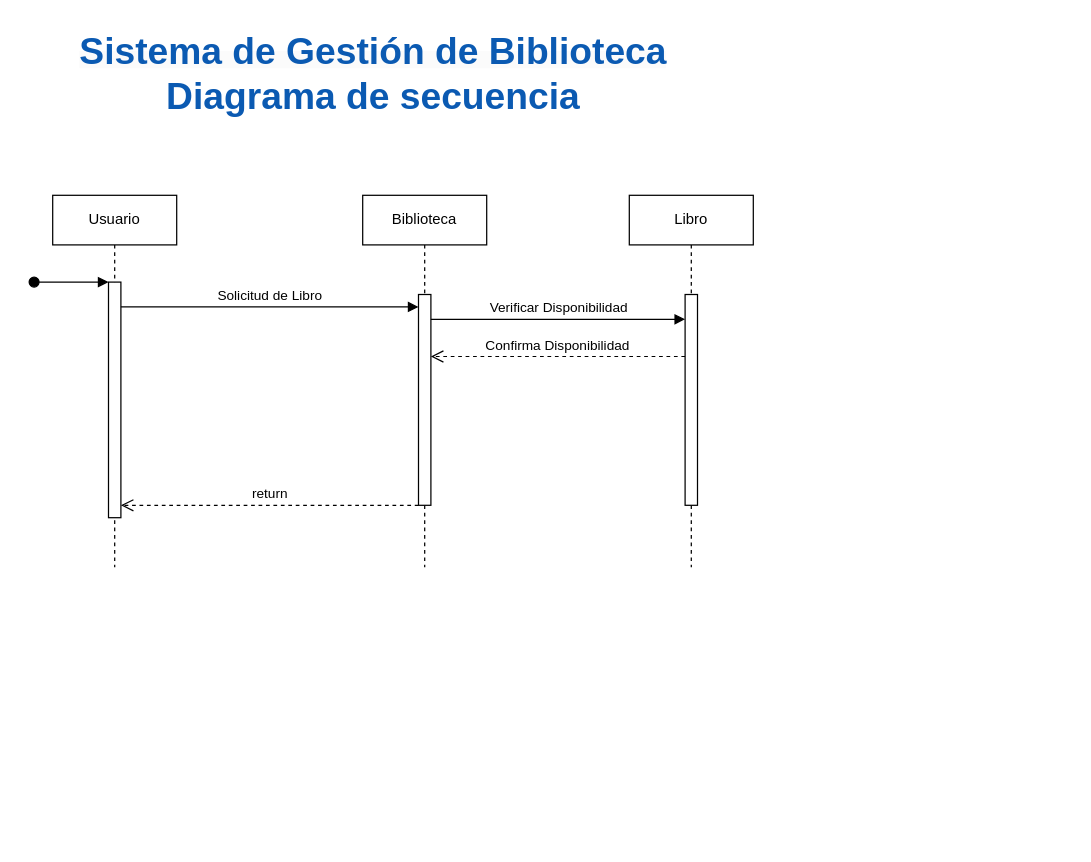
This is page "Secuencia" (2 of 3) of Biblioteca.drawio from jeacevedo92/Diagramas-Arquitectura, a draw.io file, before an edit. Source tidied: cells renumbered, new cells numbered last; positions are measured from the earlier drawing's top-left corner, leaving out a move shared by most shapes. Both pictures are drawn from the tidied source at 124%, with x=0, y=0 at pixel (33, 21).
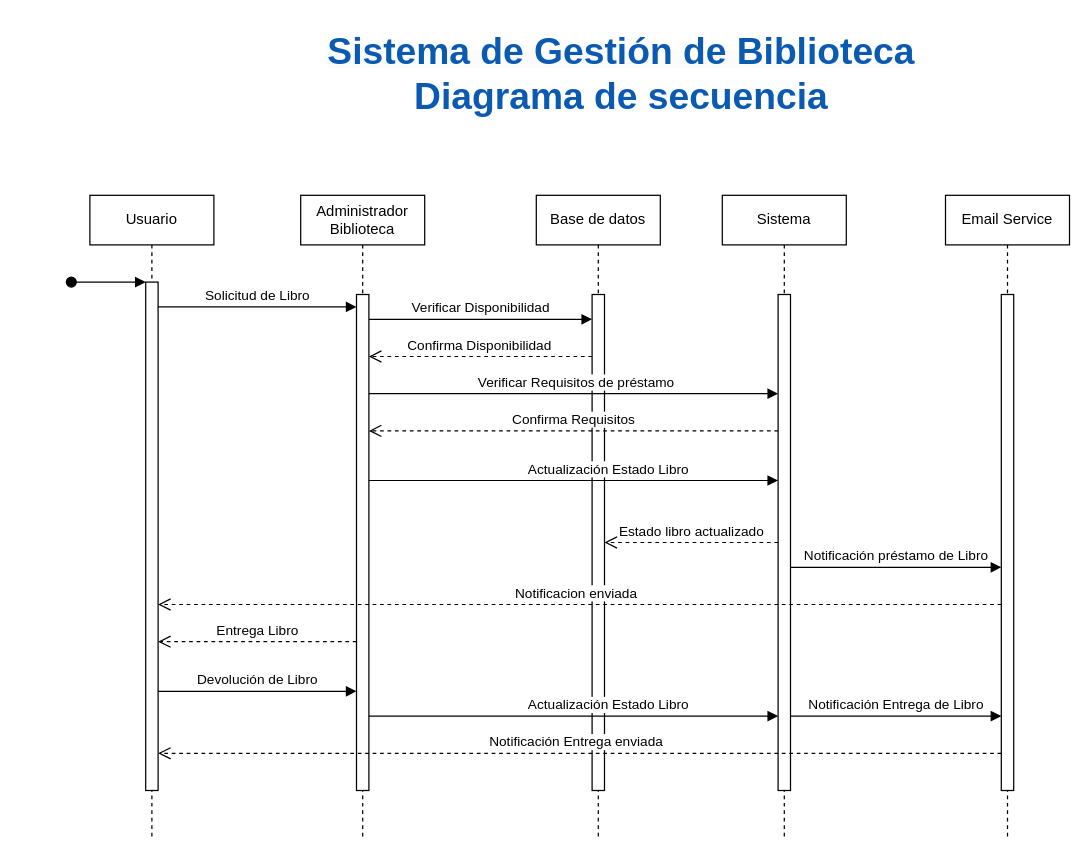
Above is the later version.

Commit message:
Diagrama de secuencia - biblioteca.drawio

Change to the diagram source:
```diff
@@
     <mxCell id="2" value="Usuario" style="shape=umlLifeline;perimeter=lifelinePerimeter;whiteSpace=wrap;html=1;newEdgeStyle={&quot;edgeStyle&quot;:&quot;elbowEdgeStyle&quot;,&quot;elbow&quot;:&quot;vertical&quot;,&quot;curved&quot;:0,&quot;rounded&quot;:0};" parent="1" vertex="1">
-      <mxGeometry x="15" y="140" width="100" height="300" as="geometry" />
+      <mxGeometry x="45" y="140" width="100" height="520" as="geometry" />
     </mxCell>
     <mxCell id="3" style="html=1;points=[];perimeter=orthogonalPerimeter;outlineConnect=0;targetShapes=umlLifeline;portConstraint=eastwest;newEdgeStyle={&quot;edgeStyle&quot;:&quot;elbowEdgeStyle&quot;,&quot;elbow&quot;:&quot;vertical&quot;,&quot;curved&quot;:0,&quot;rounded&quot;:0};" parent="2" vertex="1">
-      <mxGeometry x="45" y="70" width="10" height="190" as="geometry" />
+      <mxGeometry x="45" y="70" width="10" height="410" as="geometry" />
     </mxCell>
@@
-    <mxCell id="5" value="Biblioteca" style="shape=umlLifeline;perimeter=lifelinePerimeter;whiteSpace=wrap;html=1;newEdgeStyle={&quot;edgeStyle&quot;:&quot;elbowEdgeStyle&quot;,&quot;elbow&quot;:&quot;vertical&quot;,&quot;curved&quot;:0,&quot;rounded&quot;:0};" parent="1" vertex="1">
-      <mxGeometry x="265" y="140" width="100" height="300" as="geometry" />
+    <mxCell id="5" value="Administrador Biblioteca" style="shape=umlLifeline;perimeter=lifelinePerimeter;whiteSpace=wrap;html=1;newEdgeStyle={&quot;edgeStyle&quot;:&quot;elbowEdgeStyle&quot;,&quot;elbow&quot;:&quot;vertical&quot;,&quot;curved&quot;:0,&quot;rounded&quot;:0};" parent="1" vertex="1">
+      <mxGeometry x="215" y="140" width="100" height="520" as="geometry" />
     </mxCell>
     <mxCell id="6" style="html=1;points=[];perimeter=orthogonalPerimeter;outlineConnect=0;targetShapes=umlLifeline;portConstraint=eastwest;newEdgeStyle={&quot;edgeStyle&quot;:&quot;elbowEdgeStyle&quot;,&quot;elbow&quot;:&quot;vertical&quot;,&quot;curved&quot;:0,&quot;rounded&quot;:0};" parent="5" vertex="1">
-      <mxGeometry x="45" y="80" width="10" height="170" as="geometry" />
+      <mxGeometry x="45" y="80" width="10" height="400" as="geometry" />
     </mxCell>
@@
-    <mxCell id="8" value="return" style="html=1;verticalAlign=bottom;endArrow=open;dashed=1;endSize=8;edgeStyle=elbowEdgeStyle;elbow=vertical;curved=0;rounded=0;" parent="1" edge="1" source="6" target="3">
-      <mxGeometry relative="1" as="geometry">
-        <Array as="points">
-          <mxPoint x="165" y="390" />
-        </Array>
-      </mxGeometry>
-    </mxCell>
     <mxCell id="9" value="&lt;b style=&quot;forced-color-adjust: none; color: rgb(11, 90, 178); font-family: Helvetica; font-size: 12px; font-style: normal; font-variant-ligatures: no-common-ligatures; font-variant-caps: normal; letter-spacing: normal; orphans: 2; text-align: center; text-indent: 0px; text-transform: none; widows: 2; word-spacing: 0px; -webkit-text-stroke: 0px rgb(0, 0, 0); white-space: normal; background-color: rgb(251, 251, 251); text-decoration-thickness: initial; text-decoration-style: initial; text-decoration-color: initial;&quot;&gt;&lt;font style=&quot;forced-color-adjust: none; font-size: 30px;&quot;&gt;Sistema de Gestión de Biblioteca&lt;/font&gt;&lt;/b&gt;&lt;div style=&quot;text-align: center;&quot;&gt;&lt;font color=&quot;#0b5ab2&quot;&gt;&lt;span style=&quot;font-size: 30px; font-variant-ligatures: no-common-ligatures;&quot;&gt;&lt;b&gt;Diagrama de secuencia&lt;/b&gt;&lt;/span&gt;&lt;/font&gt;&lt;/div&gt;" style="text;whiteSpace=wrap;html=1;" parent="1" vertex="1">
-      <mxGeometry x="35" width="510" height="60" as="geometry" />
+      <mxGeometry x="235" width="510" height="60" as="geometry" />
     </mxCell>
-    <mxCell id="10" value="Libro" style="shape=umlLifeline;perimeter=lifelinePerimeter;whiteSpace=wrap;html=1;newEdgeStyle={&quot;edgeStyle&quot;:&quot;elbowEdgeStyle&quot;,&quot;elbow&quot;:&quot;vertical&quot;,&quot;curved&quot;:0,&quot;rounded&quot;:0};" parent="1" vertex="1">
-      <mxGeometry x="480" y="140" width="100" height="300" as="geometry" />
+    <mxCell id="10" value="Base de datos" style="shape=umlLifeline;perimeter=lifelinePerimeter;whiteSpace=wrap;html=1;newEdgeStyle={&quot;edgeStyle&quot;:&quot;elbowEdgeStyle&quot;,&quot;elbow&quot;:&quot;vertical&quot;,&quot;curved&quot;:0,&quot;rounded&quot;:0};" parent="1" vertex="1">
+      <mxGeometry x="405" y="140" width="100" height="520" as="geometry" />
     </mxCell>
     <mxCell id="11" style="html=1;points=[];perimeter=orthogonalPerimeter;outlineConnect=0;targetShapes=umlLifeline;portConstraint=eastwest;newEdgeStyle={&quot;edgeStyle&quot;:&quot;elbowEdgeStyle&quot;,&quot;elbow&quot;:&quot;vertical&quot;,&quot;curved&quot;:0,&quot;rounded&quot;:0};" parent="10" vertex="1">
-      <mxGeometry x="45" y="80" width="10" height="170" as="geometry" />
+      <mxGeometry x="45" y="80" width="10" height="400" as="geometry" />
     </mxCell>
@@
-    <mxCell id="13" value="Confirma Disponibilidad" style="html=1;verticalAlign=bottom;endArrow=open;dashed=1;endSize=8;edgeStyle=elbowEdgeStyle;elbow=vertical;curved=0;rounded=0;" parent="1" edge="1">
-      <mxGeometry relative="1" as="geometry">
-        <mxPoint x="525" y="270" as="sourcePoint" />
-        <mxPoint x="320" y="270" as="targetPoint" />
+    <mxCell id="13" value="Confirma Disponibilidad" style="html=1;verticalAlign=bottom;endArrow=open;dashed=1;endSize=8;edgeStyle=elbowEdgeStyle;elbow=vertical;curved=0;rounded=0;" parent="1" edge="1" source="11" target="6">
+      <mxGeometry x="0.01" relative="1" as="geometry">
         <Array as="points">
           <mxPoint x="420" y="270" />
         </Array>
       </mxGeometry>
     </mxCell>
+    <mxCell id="14" value="Verificar Requisitos de préstamo" style="html=1;verticalAlign=bottom;endArrow=block;edgeStyle=elbowEdgeStyle;elbow=vertical;curved=0;rounded=0;" parent="1" edge="1" source="6" target="17">
+      <mxGeometry x="0.01" relative="1" as="geometry">
+        <Array as="points">
+          <mxPoint x="415" y="300" />
+        </Array>
+      </mxGeometry>
+    </mxCell>
+    <mxCell id="15" value="Confirma Requisitos" style="html=1;verticalAlign=bottom;endArrow=open;dashed=1;endSize=8;edgeStyle=elbowEdgeStyle;elbow=vertical;curved=0;rounded=0;" parent="1" edge="1" source="17" target="6">
+      <mxGeometry relative="1" as="geometry">
+        <Array as="points">
+          <mxPoint x="425" y="330" />
+        </Array>
+      </mxGeometry>
+    </mxCell>
+    <mxCell id="16" value="Sistema" style="shape=umlLifeline;perimeter=lifelinePerimeter;whiteSpace=wrap;html=1;newEdgeStyle={&quot;edgeStyle&quot;:&quot;elbowEdgeStyle&quot;,&quot;elbow&quot;:&quot;vertical&quot;,&quot;curved&quot;:0,&quot;rounded&quot;:0};" parent="1" vertex="1">
+      <mxGeometry x="555" y="140" width="100" height="520" as="geometry" />
+    </mxCell>
+    <mxCell id="17" style="html=1;points=[];perimeter=orthogonalPerimeter;outlineConnect=0;targetShapes=umlLifeline;portConstraint=eastwest;newEdgeStyle={&quot;edgeStyle&quot;:&quot;elbowEdgeStyle&quot;,&quot;elbow&quot;:&quot;vertical&quot;,&quot;curved&quot;:0,&quot;rounded&quot;:0};" parent="16" vertex="1">
+      <mxGeometry x="45" y="80" width="10" height="400" as="geometry" />
+    </mxCell>
+    <mxCell id="18" value="Entrega Libro" style="html=1;verticalAlign=bottom;endArrow=open;dashed=1;endSize=8;edgeStyle=elbowEdgeStyle;elbow=vertical;curved=0;rounded=0;" parent="1" edge="1">
+      <mxGeometry relative="1" as="geometry">
+        <mxPoint x="260" y="500" as="sourcePoint" />
+        <mxPoint x="100" y="500" as="targetPoint" />
+        <Array as="points">
+          <mxPoint x="235" y="500" />
+        </Array>
+      </mxGeometry>
+    </mxCell>
+    <mxCell id="19" value="Devolución de Libro" style="html=1;verticalAlign=bottom;endArrow=block;edgeStyle=elbowEdgeStyle;elbow=vertical;curved=0;rounded=0;" parent="1" edge="1">
+      <mxGeometry relative="1" as="geometry">
+        <mxPoint x="100" y="540" as="sourcePoint" />
+        <mxPoint x="260" y="540" as="targetPoint" />
+        <Array as="points">
+          <mxPoint x="160" y="540" />
+        </Array>
+      </mxGeometry>
+    </mxCell>
+    <mxCell id="20" value="Actualización Estado Libro" style="html=1;verticalAlign=bottom;endArrow=block;edgeStyle=elbowEdgeStyle;elbow=vertical;curved=0;rounded=0;" parent="1" edge="1" source="6" target="17">
+      <mxGeometry x="0.17" relative="1" as="geometry">
+        <Array as="points">
+          <mxPoint x="415" y="370" />
+        </Array>
+      </mxGeometry>
+    </mxCell>
+    <mxCell id="21" value="Estado libro actualizado" style="html=1;verticalAlign=bottom;endArrow=open;dashed=1;endSize=8;edgeStyle=elbowEdgeStyle;elbow=vertical;curved=0;rounded=0;" parent="1" edge="1" source="17" target="11">
+      <mxGeometry relative="1" as="geometry">
+        <Array as="points">
+          <mxPoint x="570" y="420" />
+        </Array>
+      </mxGeometry>
+    </mxCell>
+    <mxCell id="22" value="Email Service" style="shape=umlLifeline;perimeter=lifelinePerimeter;whiteSpace=wrap;html=1;newEdgeStyle={&quot;edgeStyle&quot;:&quot;elbowEdgeStyle&quot;,&quot;elbow&quot;:&quot;vertical&quot;,&quot;curved&quot;:0,&quot;rounded&quot;:0};" parent="1" vertex="1">
+      <mxGeometry x="735" y="140" width="100" height="520" as="geometry" />
+    </mxCell>
+    <mxCell id="23" style="html=1;points=[];perimeter=orthogonalPerimeter;outlineConnect=0;targetShapes=umlLifeline;portConstraint=eastwest;newEdgeStyle={&quot;edgeStyle&quot;:&quot;elbowEdgeStyle&quot;,&quot;elbow&quot;:&quot;vertical&quot;,&quot;curved&quot;:0,&quot;rounded&quot;:0};" parent="22" vertex="1">
+      <mxGeometry x="45" y="80" width="10" height="400" as="geometry" />
+    </mxCell>
+    <mxCell id="24" value="Notificación préstamo de Libro" style="html=1;verticalAlign=bottom;endArrow=block;edgeStyle=elbowEdgeStyle;elbow=vertical;curved=0;rounded=0;" parent="1" edge="1">
+      <mxGeometry relative="1" as="geometry">
+        <mxPoint x="610" y="440" as="sourcePoint" />
+        <mxPoint x="780" y="440" as="targetPoint" />
+        <Array as="points">
+          <mxPoint x="745" y="440" />
+        </Array>
+      </mxGeometry>
+    </mxCell>
+    <mxCell id="25" value="Notificacion enviada" style="html=1;verticalAlign=bottom;endArrow=open;dashed=1;endSize=8;edgeStyle=elbowEdgeStyle;elbow=vertical;curved=0;rounded=0;" parent="1" edge="1" source="23" target="3">
+      <mxGeometry x="0.01" relative="1" as="geometry">
+        <Array as="points">
+          <mxPoint x="675" y="470" />
+          <mxPoint x="760" y="450" />
+        </Array>
+      </mxGeometry>
+    </mxCell>
+    <mxCell id="26" value="Actualización Estado Libro" style="html=1;verticalAlign=bottom;endArrow=block;edgeStyle=elbowEdgeStyle;elbow=vertical;curved=0;rounded=0;" parent="1" edge="1" source="6" target="17">
+      <mxGeometry x="0.17" relative="1" as="geometry">
+        <Array as="points">
+          <mxPoint x="420" y="560" />
+        </Array>
+      </mxGeometry>
+    </mxCell>
+    <mxCell id="27" value="Notificación Entrega enviada" style="html=1;verticalAlign=bottom;endArrow=open;dashed=1;endSize=8;edgeStyle=elbowEdgeStyle;elbow=vertical;curved=0;rounded=0;" parent="1" edge="1" source="23" target="3">
+      <mxGeometry x="0.01" relative="1" as="geometry">
+        <Array as="points">
+          <mxPoint x="670" y="590" />
+          <mxPoint x="755" y="570" />
+        </Array>
+      </mxGeometry>
+    </mxCell>
+    <mxCell id="28" value="Notificación Entrega de Libro" style="html=1;verticalAlign=bottom;endArrow=block;edgeStyle=elbowEdgeStyle;elbow=vertical;curved=0;rounded=0;" parent="1" edge="1" source="17" target="23">
+      <mxGeometry relative="1" as="geometry">
+        <Array as="points">
+          <mxPoint x="740" y="560" />
+        </Array>
+      </mxGeometry>
+    </mxCell>
```
